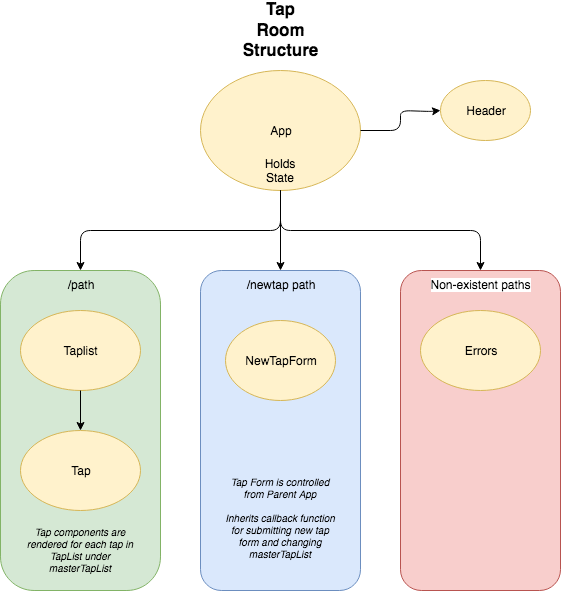
Above: TapRoom-React.png in FatherofDharma/REACT-Independent-Project-One--Tap-Room (draw.io), before the change. Source tidied: cells renumbered, new cells last; positions are measured from the earlier drawing's top-left corner, leaving out a move shared by most shapes.
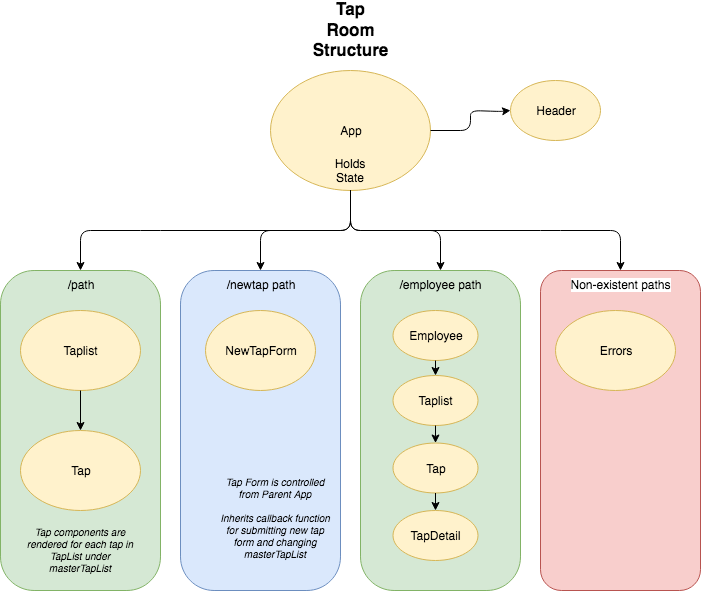
The same diagram one commit later.

Commit message:
change diagram to reflect some changes made during refactoring, including an employee path.

What changed in the source:
```diff
@@ -2,14 +2,17 @@
   <root>
     <mxCell id="0" />
     <mxCell id="1" parent="0" />
+    <mxCell id="22" value="/employee path" style="rounded=1;whiteSpace=wrap;html=1;arcSize=21;align=center;verticalAlign=top;fillColor=#d5e8d4;strokeColor=#82b366;" parent="1" vertex="1">
+      <mxGeometry x="290" y="240" width="160" height="320" as="geometry" />
+    </mxCell>
-    <mxCell id="2" value="/newtap path" style="rounded=1;whiteSpace=wrap;html=1;arcSize=13;align=center;verticalAlign=top;fillColor=#dae8fc;strokeColor=#6c8ebf;" parent="1" vertex="1">
-      <mxGeometry x="200" y="240" width="160" height="320" as="geometry" />
+    <mxCell id="2" value="/newtap path" style="rounded=1;whiteSpace=wrap;html=1;arcSize=21;align=center;verticalAlign=top;fillColor=#dae8fc;strokeColor=#6c8ebf;" parent="1" vertex="1">
+      <mxGeometry x="110" y="240" width="160" height="320" as="geometry" />
     </mxCell>
     <mxCell id="3" value="Non-existent paths" style="rounded=1;whiteSpace=wrap;html=1;arcSize=13;align=center;verticalAlign=top;labelBackgroundColor=#ffffff;fillColor=#f8cecc;strokeColor=#b85450;" parent="1" vertex="1">
-      <mxGeometry x="400" y="240" width="160" height="320" as="geometry" />
+      <mxGeometry x="470" y="240" width="160" height="320" as="geometry" />
     </mxCell>
     <mxCell id="4" value="&lt;div&gt;/path&lt;br&gt;&lt;/div&gt;" style="rounded=1;whiteSpace=wrap;html=1;arcSize=21;align=center;verticalAlign=top;fillColor=#d5e8d4;strokeColor=#82b366;" parent="1" vertex="1">
-      <mxGeometry y="240" width="160" height="320" as="geometry" />
+      <mxGeometry x="-70" y="240" width="160" height="320" as="geometry" />
     </mxCell>
     <mxCell id="5" value="App" style="ellipse;whiteSpace=wrap;html=1;fillColor=#fff2cc;strokeColor=#d6b656;" parent="1" vertex="1">
       <mxGeometry x="200" y="40" width="160" height="120" as="geometry" />
@@ -30,32 +33,39 @@
       </mxGeometry>
     </mxCell>
     <mxCell id="9" value="Errors" style="ellipse;whiteSpace=wrap;html=1;fillColor=#fff2cc;strokeColor=#d6b656;" parent="1" vertex="1">
-      <mxGeometry x="420" y="280" width="120" height="80" as="geometry" />
+      <mxGeometry x="485" y="280" width="120" height="80" as="geometry" />
     </mxCell>
     <mxCell id="10" style="endArrow=classic;html=1;exitX=0.5;exitY=1;exitDx=0;exitDy=0;entryX=0.5;entryY=0;entryDx=0;entryDy=0;" parent="1" edge="1" source="5" target="4">
       <mxGeometry relative="1" as="geometry">
         <Array as="points">
           <mxPoint x="280" y="200" />
           <mxPoint x="80" y="200" />
+          <mxPoint x="10" y="200" />
         </Array>
       </mxGeometry>
     </mxCell>
     <mxCell id="11" style="endArrow=classic;html=1;exitX=0.5;exitY=1;exitDx=0;exitDy=0;entryX=0.5;entryY=0;entryDx=0;entryDy=0;" parent="1" edge="1" source="5" target="2">
-      <mxGeometry relative="1" as="geometry" />
+      <mxGeometry relative="1" as="geometry">
+        <Array as="points">
+          <mxPoint x="280" y="200" />
+          <mxPoint x="190" y="200" />
+        </Array>
+      </mxGeometry>
     </mxCell>
     <mxCell id="12" style="endArrow=classic;html=1;entryX=0.5;entryY=0;entryDx=0;entryDy=0;exitX=0.5;exitY=1;exitDx=0;exitDy=0;" parent="1" edge="1" source="5" target="3">
       <mxGeometry relative="1" as="geometry">
         <Array as="points">
           <mxPoint x="280" y="200" />
           <mxPoint x="480" y="200" />
+          <mxPoint x="550" y="200" />
         </Array>
       </mxGeometry>
     </mxCell>
     <mxCell id="13" value="Tap" style="ellipse;whiteSpace=wrap;html=1;fillColor=#fff2cc;strokeColor=#d6b656;" parent="1" vertex="1">
-      <mxGeometry x="20" y="400" width="120" height="80" as="geometry" />
+      <mxGeometry x="-50" y="400" width="120" height="80" as="geometry" />
     </mxCell>
     <mxCell id="14" value="NewTapForm" style="ellipse;whiteSpace=wrap;html=1;fillColor=#fff2cc;strokeColor=#d6b656;" parent="1" vertex="1">
-      <mxGeometry x="225" y="290" width="110" height="80" as="geometry" />
+      <mxGeometry x="135" y="280" width="110" height="80" as="geometry" />
     </mxCell>
     <mxCell id="15" style="edgeStyle=orthogonalEdgeStyle;rounded=0;orthogonalLoop=1;jettySize=auto;html=1;exitX=0.5;exitY=1;exitDx=0;exitDy=0;" parent="1" edge="1">
       <mxGeometry relative="1" as="geometry">
@@ -64,7 +74,7 @@
       </mxGeometry>
     </mxCell>
     <mxCell id="16" value="Taplist" style="ellipse;whiteSpace=wrap;html=1;fillColor=#fff2cc;strokeColor=#d6b656;" parent="1" vertex="1">
-      <mxGeometry x="20" y="280" width="120" height="80" as="geometry" />
+      <mxGeometry x="-50" y="280" width="120" height="80" as="geometry" />
     </mxCell>
     <mxCell id="17" style="edgeStyle=orthogonalEdgeStyle;rounded=0;orthogonalLoop=1;jettySize=auto;html=1;exitX=0.5;exitY=1;exitDx=0;exitDy=0;" parent="1" edge="1" source="4" target="4">
       <mxGeometry relative="1" as="geometry" />
@@ -73,13 +83,43 @@
       <mxGeometry relative="1" as="geometry" />
     </mxCell>
     <mxCell id="19" value="Tap components are rendered for each tap in TapList under masterTapList" style="text;html=1;strokeColor=none;fillColor=none;align=center;verticalAlign=top;whiteSpace=wrap;rounded=0;labelBackgroundColor=none;fontColor=#000000;fontSize=10;fontStyle=2;" parent="1" vertex="1">
-      <mxGeometry x="20" y="490" width="120" height="40" as="geometry" />
+      <mxGeometry x="-50" y="490" width="120" height="40" as="geometry" />
     </mxCell>
     <mxCell id="20" value="&lt;div&gt;Tap Form is controlled from Parent App&lt;/div&gt;&lt;div&gt;&lt;br&gt;&lt;/div&gt;&lt;div&gt;Inherits callback function for submitting new tap form and changing masterTapList&lt;br&gt;&lt;/div&gt;&lt;div&gt;&lt;br&gt;&lt;/div&gt;" style="text;html=1;strokeColor=none;fillColor=none;align=center;verticalAlign=top;whiteSpace=wrap;rounded=0;labelBackgroundColor=none;fontColor=#000000;fontSize=10;fontStyle=2;" parent="1" vertex="1">
-      <mxGeometry x="220" y="440" width="120" height="40" as="geometry" />
+      <mxGeometry x="145" y="440" width="120" height="40" as="geometry" />
     </mxCell>
     <mxCell id="21" value="Holds State" style="text;html=1;strokeColor=none;fillColor=none;align=center;verticalAlign=middle;whiteSpace=wrap;rounded=0;" parent="1" vertex="1">
       <mxGeometry x="260" y="130" width="40" height="20" as="geometry" />
     </mxCell>
+    <mxCell id="23" value="Employee" style="ellipse;whiteSpace=wrap;html=1;fillColor=#fff2cc;strokeColor=#d6b656;" parent="1" vertex="1">
+      <mxGeometry x="322.5" y="280" width="85" height="50" as="geometry" />
+    </mxCell>
+    <mxCell id="24" value="Taplist" style="ellipse;whiteSpace=wrap;html=1;fillColor=#fff2cc;strokeColor=#d6b656;" parent="1" vertex="1">
+      <mxGeometry x="322.5" y="345" width="85" height="50" as="geometry" />
+    </mxCell>
+    <mxCell id="25" value="Tap" style="ellipse;whiteSpace=wrap;html=1;fillColor=#fff2cc;strokeColor=#d6b656;" parent="1" vertex="1">
+      <mxGeometry x="322.5" y="412.5" width="85" height="50" as="geometry" />
+    </mxCell>
+    <mxCell id="26" value="TapDetail" style="ellipse;whiteSpace=wrap;html=1;fillColor=#fff2cc;strokeColor=#d6b656;" parent="1" vertex="1">
+      <mxGeometry x="322.5" y="480" width="85" height="50" as="geometry" />
+    </mxCell>
+    <mxCell id="27" style="endArrow=classic;html=1;exitX=0.5;exitY=1;exitDx=0;exitDy=0;entryX=0.5;entryY=0;entryDx=0;entryDy=0;" parent="1" edge="1" source="23" target="24">
+      <mxGeometry relative="1" as="geometry" />
+    </mxCell>
+    <mxCell id="28" style="endArrow=classic;html=1;exitX=0.5;exitY=1;exitDx=0;exitDy=0;" parent="1" edge="1" source="24" target="25">
+      <mxGeometry relative="1" as="geometry" />
+    </mxCell>
+    <mxCell id="29" style="endArrow=classic;html=1;exitX=0.5;exitY=1;exitDx=0;exitDy=0;entryX=0.5;entryY=0;entryDx=0;entryDy=0;" parent="1" edge="1" source="25" target="26">
+      <mxGeometry relative="1" as="geometry" />
+    </mxCell>
+    <mxCell id="30" style="endArrow=classic;html=1;entryX=0.5;entryY=0;entryDx=0;entryDy=0;" parent="1" edge="1" target="22">
+      <mxGeometry relative="1" as="geometry">
+        <mxPoint x="280" y="160" as="sourcePoint" />
+        <Array as="points">
+          <mxPoint x="280" y="200" />
+          <mxPoint x="370" y="200" />
+        </Array>
+      </mxGeometry>
+    </mxCell>
   </root>
 </mxGraphModel>
```
